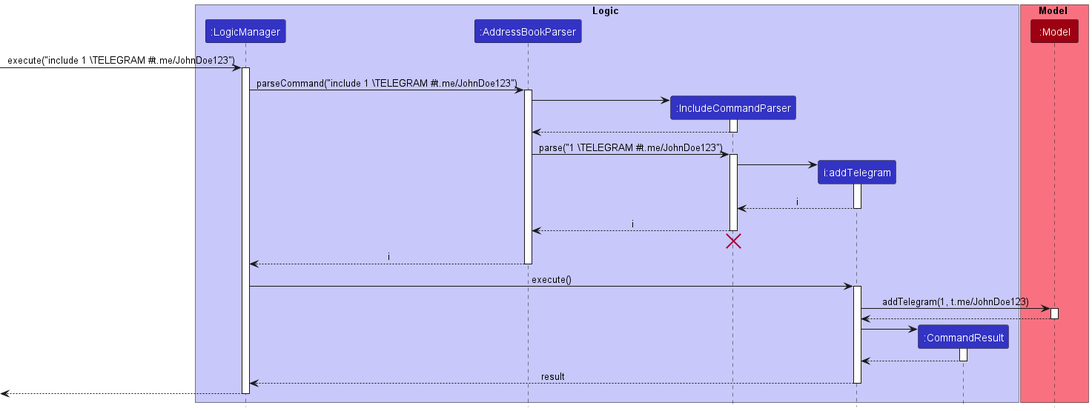
nus-cs2103-AY2223S1/tp keeps this PlantUML diagram as docs/images/SocialMediaAddSequenceDiagram.png. Above is the earlier version.
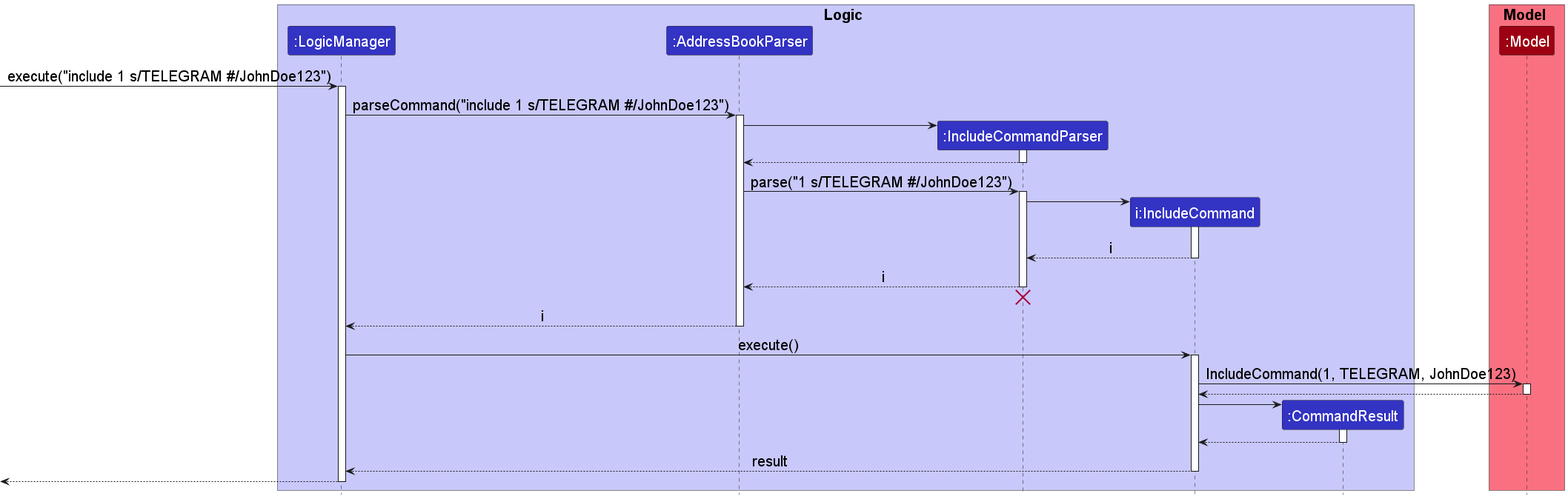
After the commit.

The edit, as a diff of the source:
```diff
@@ -1,11 +1,13 @@
 @startuml
+skinparam defaultFontSize 20
 !include style.puml
+
 
 box Logic LOGIC_COLOR_T1
 participant ":LogicManager" as LogicManager LOGIC_COLOR
 participant ":AddressBookParser" as AddressBookParser LOGIC_COLOR
 participant ":IncludeCommandParser" as IncludeCommandParser LOGIC_COLOR
-participant "i:addTelegram" as addTelegram LOGIC_COLOR
+participant "i:IncludeCommand" as IncludeCommand LOGIC_COLOR
 participant ":CommandResult" as CommandResult LOGIC_COLOR
 end box
 
@@ -13,10 +15,10 @@
 participant ":Model" as Model MODEL_COLOR
 end box
 
-[-> LogicManager : execute("include 1 \TELEGRAM #t.me/JohnDoe123")
+[-> LogicManager : execute("include 1 s/TELEGRAM #/JohnDoe123")
 activate LogicManager
 
-LogicManager -> AddressBookParser : parseCommand("include 1 \TELEGRAM #t.me/JohnDoe123")
+LogicManager -> AddressBookParser : parseCommand("include 1 s/TELEGRAM #/JohnDoe123")
 activate AddressBookParser
 
 create IncludeCommandParser
@@ -26,15 +28,15 @@
 IncludeCommandParser --> AddressBookParser
 deactivate IncludeCommandParser
 
-AddressBookParser -> IncludeCommandParser : parse("1 \TELEGRAM #t.me/JohnDoe123")
+AddressBookParser -> IncludeCommandParser : parse("1 s/TELEGRAM #/JohnDoe123")
 activate IncludeCommandParser
 
-create addTelegram
-IncludeCommandParser -> addTelegram
-activate addTelegram
+create IncludeCommand
+IncludeCommandParser -> IncludeCommand
+activate IncludeCommand
 
-addTelegram --> IncludeCommandParser : i
-deactivate addTelegram
+IncludeCommand --> IncludeCommandParser : i
+deactivate IncludeCommand
 
 IncludeCommandParser --> AddressBookParser : i
 deactivate IncludeCommandParser
@@ -44,24 +46,24 @@
 AddressBookParser --> LogicManager : i
 deactivate AddressBookParser
 
-LogicManager -> addTelegram : execute()
-activate addTelegram
+LogicManager -> IncludeCommand : execute()
+activate IncludeCommand
 
-addTelegram -> Model : addTelegram(1, t.me/JohnDoe123)
+IncludeCommand -> Model : IncludeCommand(1, TELEGRAM, JohnDoe123)
 activate Model
 
-Model --> addTelegram
+Model --> IncludeCommand
 deactivate Model
 
 create CommandResult
-addTelegram -> CommandResult
+IncludeCommand -> CommandResult
 activate CommandResult
 
-CommandResult --> addTelegram
+CommandResult --> IncludeCommand
 deactivate CommandResult
 
-addTelegram --> LogicManager : result
-deactivate addTelegram
+IncludeCommand --> LogicManager : result
+deactivate IncludeCommand
 
 [<--LogicManager
 deactivate LogicManager
```
